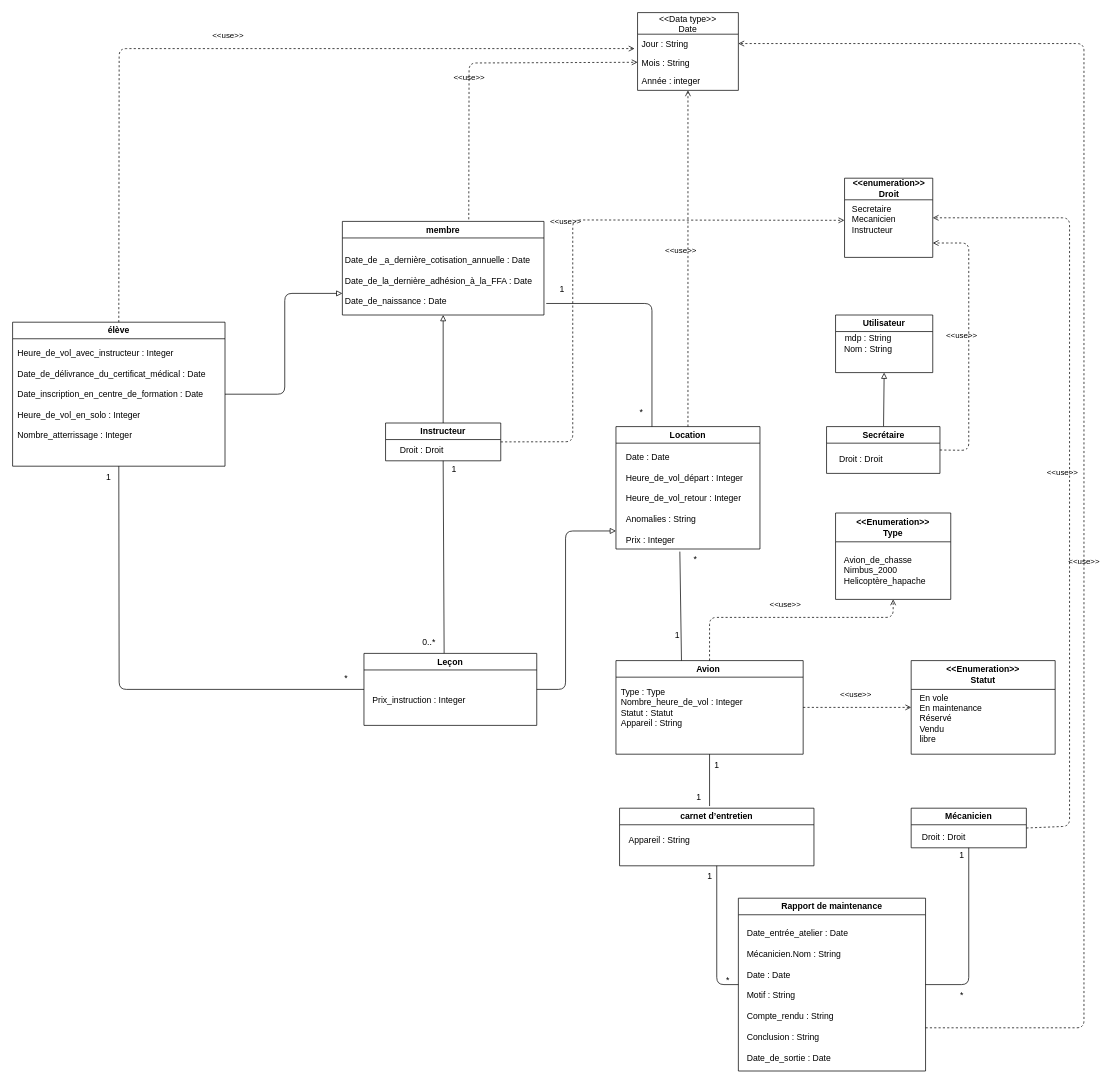
Before: diagramme.drawio in Wakayo-Quozorox/aero-UML, a draw.io diagram. Source tidied: cells renumbered, new cells numbered last; positions are measured from the earlier drawing's top-left corner, leaving out a move shared by most shapes. Both pictures are drawn from the tidied source at 72%, with x=0, y=0 at pixel (12, 12).
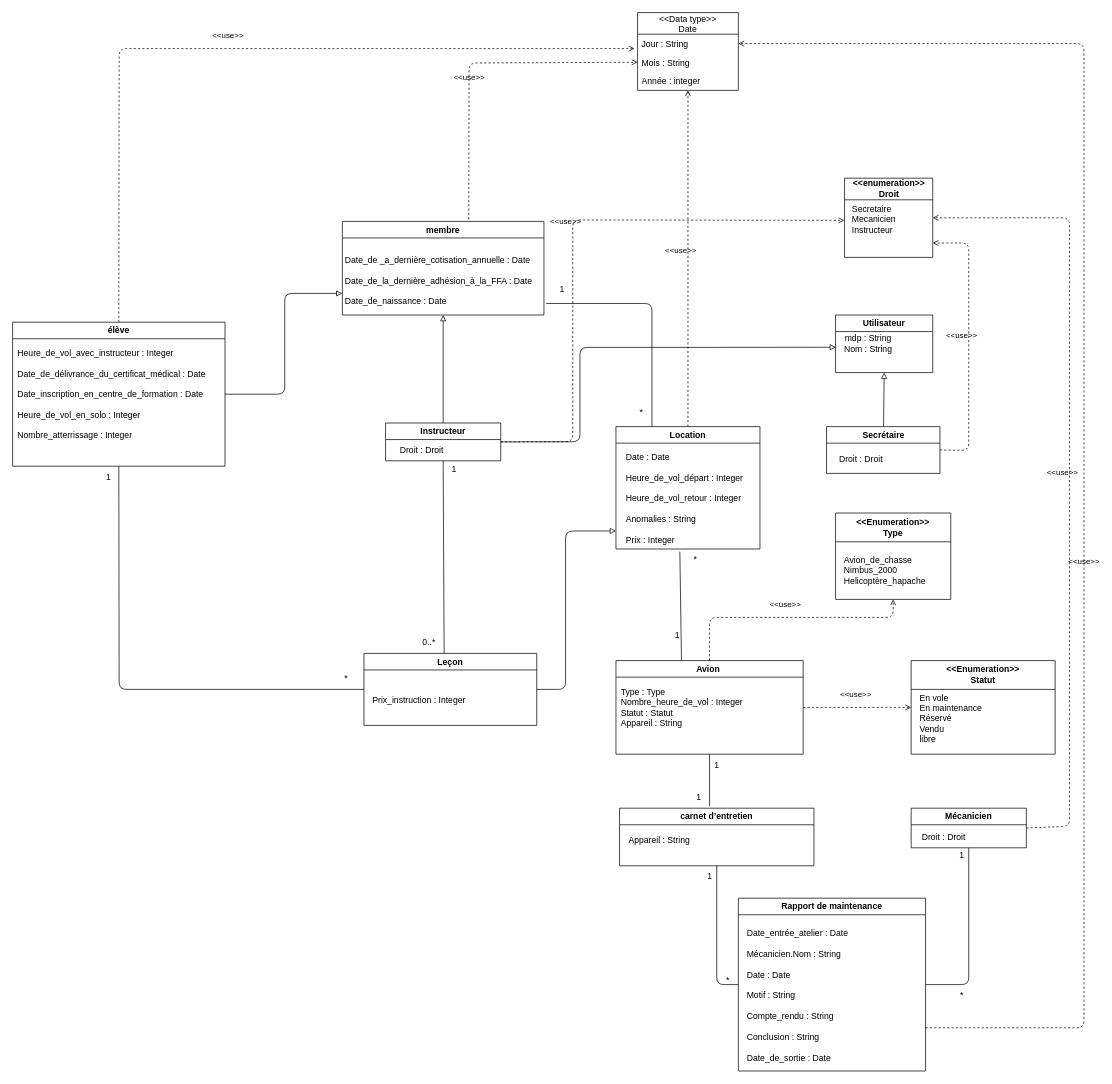
The same page after the edit.

Commit message:
[MCD] Association de la classe instructeur à la classe utilisateur

The change refers to these unchanged cells:
```xml
<mxCell id="21" value="Instructeur" style="swimlane;whiteSpace=wrap;html=1;glass=0;swimlaneLine=1;rounded=0;shadow=0;" parent="1" vertex="1">
  <mxGeometry x="518" y="570" width="160" height="52.5" as="geometry" />
</mxCell>
<mxCell id="62" value="mdp : String&lt;br&gt;Nom : String" style="text;html=1;align=center;verticalAlign=middle;points=[];strokeColor=none;fillColor=none;" parent="61" vertex="1">
  <mxGeometry y="20" width="90" height="40" as="geometry" />
</mxCell>
```

Change to the diagram source:
```diff
@@
+    <mxCell id="69" style="edgeStyle=none;html=1;entryX=0.006;entryY=0.619;entryDx=0;entryDy=0;endArrow=block;endFill=0;entryPerimeter=0;exitX=1;exitY=0.5;exitDx=0;exitDy=0;" parent="1" edge="1" source="21" target="62">
+      <mxGeometry relative="1" as="geometry">
+        <Array as="points">
+          <mxPoint x="788" y="596" />
+          <mxPoint x="788" y="465" />
+          <mxPoint x="968" y="465" />
+        </Array>
+      </mxGeometry>
+    </mxCell>
```
